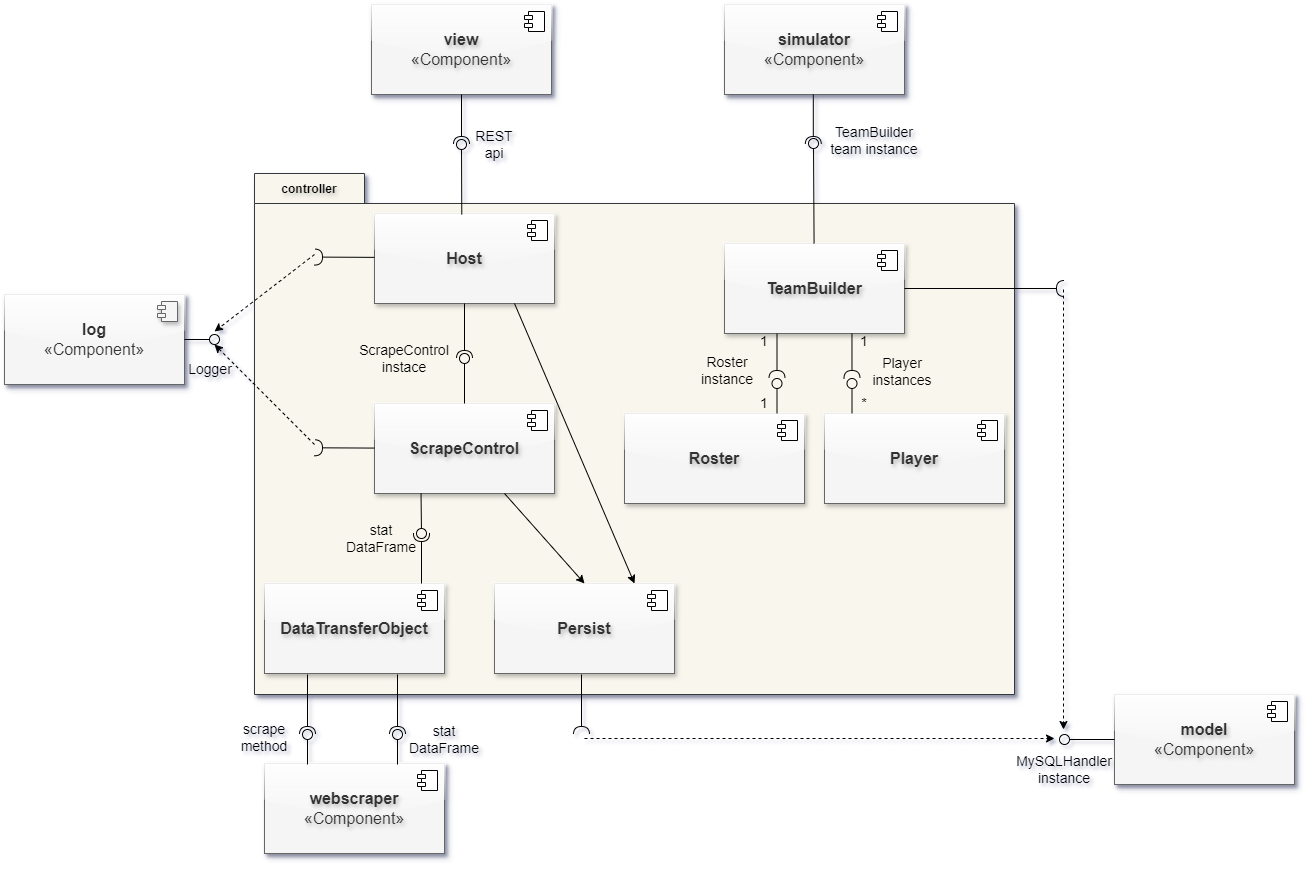
This is img/component/component_controller.png from lesheidrich/Thesis, a draw.io export, as it was before one commit. Source tidied: cells renumbered, new cells last; positions are measured from the earlier drawing's top-left corner, leaving out a move shared by most shapes.
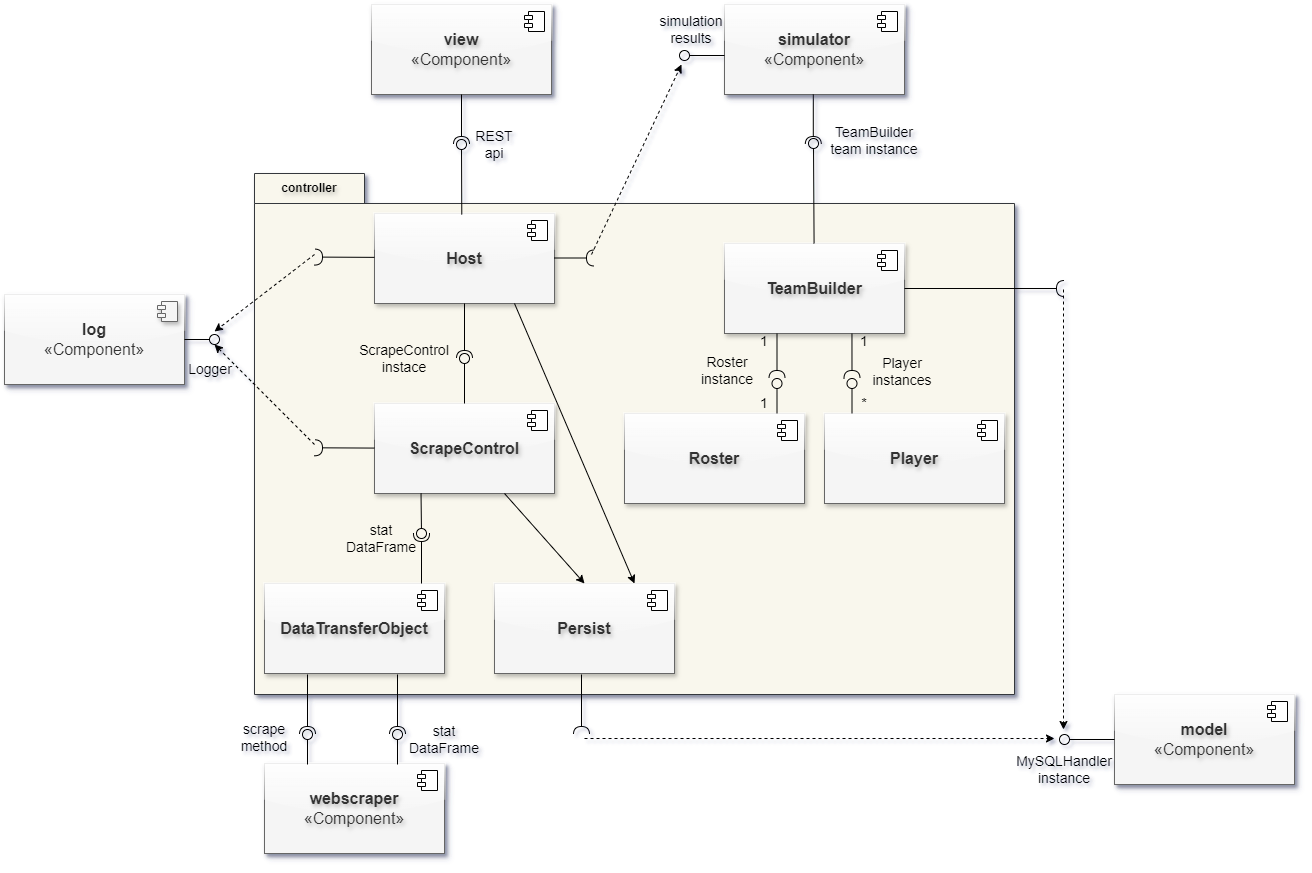
After the change.

The edit, as a diff of the source:
```diff
@@ -175,6 +175,12 @@
         <mxPoint x="559" y="-30" as="targetPoint" />
       </mxGeometry>
     </mxCell>
+    <mxCell id="71" style="rounded=0;orthogonalLoop=1;jettySize=auto;html=1;endArrow=halfCircle;endFill=0;endSize=6;strokeWidth=1;sketch=0;" parent="4" edge="1">
+      <mxGeometry relative="1" as="geometry">
+        <mxPoint x="300" y="84.5" as="sourcePoint" />
+        <mxPoint x="340" y="84.5" as="targetPoint" />
+      </mxGeometry>
+    </mxCell>
     <mxCell id="43" style="endArrow=classic;html=1;rounded=0;dashed=1;" parent="1" edge="1">
       <mxGeometry relative="1" as="geometry">
         <mxPoint x="580" y="734" as="sourcePoint" />
@@ -306,5 +312,20 @@
         <mxPoint x="303" y="730" as="targetPoint" />
       </mxGeometry>
     </mxCell>
+    <mxCell id="72" style="rounded=0;orthogonalLoop=1;jettySize=auto;html=1;endArrow=oval;endFill=0;sketch=0;sourcePerimeterSpacing=0;targetPerimeterSpacing=0;endSize=10;" parent="1" edge="1">
+      <mxGeometry relative="1" as="geometry">
+        <mxPoint x="720" y="51" as="sourcePoint" />
+        <mxPoint x="680" y="51" as="targetPoint" />
+      </mxGeometry>
+    </mxCell>
+    <mxCell id="73" style="endArrow=classic;html=1;rounded=0;dashed=1;" parent="1" edge="1">
+      <mxGeometry relative="1" as="geometry">
+        <mxPoint x="587" y="250" as="sourcePoint" />
+        <mxPoint x="677" y="60" as="targetPoint" />
+      </mxGeometry>
+    </mxCell>
+    <mxCell id="74" value="simulation results" style="text;html=1;align=center;verticalAlign=middle;whiteSpace=wrap;rounded=0;fontSize=14;" parent="1" vertex="1">
+      <mxGeometry x="637" y="10" width="100" height="30" as="geometry" />
+    </mxCell>
   </root>
 </mxGraphModel>
```
